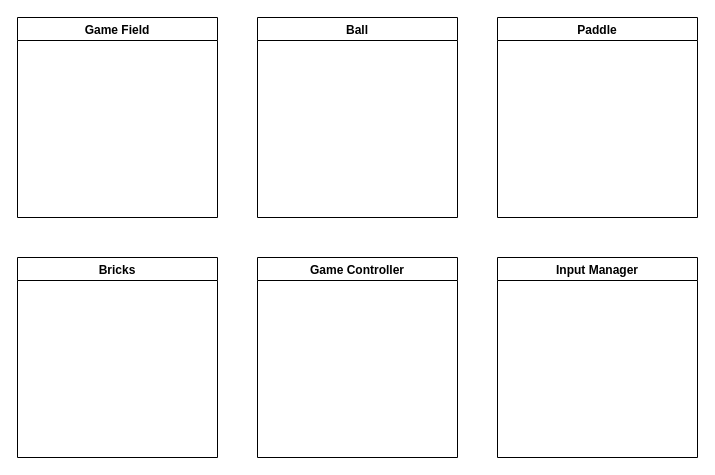
Before: Untitled Diagram.drawio in eylulonar/DrawioDiagram, a draw.io diagram. Source tidied: cells renumbered, new cells numbered last; positions are measured from the earlier drawing's top-left corner, leaving out a move shared by most shapes. Both pictures are drawn from the tidied source at 100%, with x=0, y=0 at pixel (17, 17).
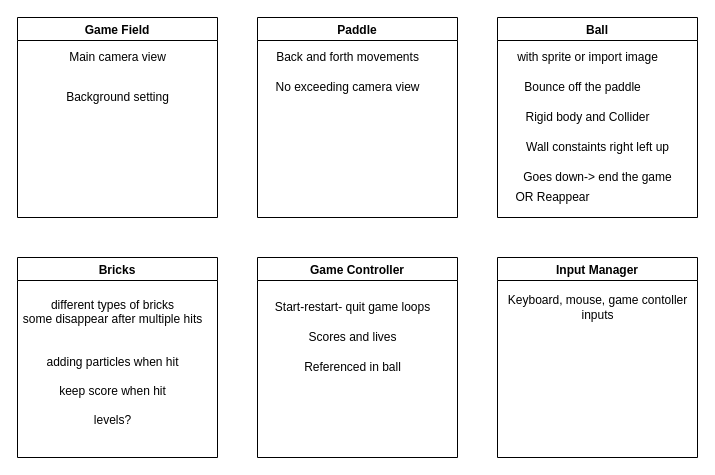
The same diagram, later.

Unchanged cells that the change refers to:
```xml
<mxCell id="2" value="Game Field" style="swimlane;" parent="1" vertex="1">
  <mxGeometry width="200" height="200" as="geometry" />
</mxCell>
<mxCell id="3" value="Input Manager" style="swimlane;" parent="1" vertex="1">
  <mxGeometry x="480" y="240" width="200" height="200" as="geometry" />
</mxCell>
<mxCell id="4" value="Bricks" style="swimlane;" parent="1" vertex="1">
  <mxGeometry y="240" width="200" height="200" as="geometry" />
</mxCell>
```

Change to the diagram source:
```diff
@@
+    <mxCell id="8" value="Main camera view" style="text;html=1;align=center;verticalAlign=middle;strokeColor=none;" parent="2" vertex="1">
+      <mxGeometry x="45" y="30" width="110" height="20" as="geometry" />
+    </mxCell>
@@
+    <mxCell id="9" value="Keyboard, mouse, game contoller&lt;br&gt;inputs" style="text;html=1;align=center;verticalAlign=middle;strokeColor=none;" parent="3" vertex="1">
+      <mxGeometry x="5" y="35" width="190" height="30" as="geometry" />
+    </mxCell>
@@
+    <mxCell id="10" value="different types of bricks&lt;br&gt;some disappear after multiple hits&lt;br&gt;&lt;br&gt;&lt;br&gt;adding particles when hit&lt;br&gt;&lt;br&gt;keep score when hit&lt;br&gt;&lt;br&gt;levels?" style="text;html=1;align=center;verticalAlign=middle;strokeColor=none;" parent="4" vertex="1">
+      <mxGeometry y="40" width="190" height="130" as="geometry" />
+    </mxCell>
@@
-    <mxCell id="6" value="Paddle" style="swimlane;" parent="1" vertex="1">
+    <mxCell id="6" value="Ball" style="swimlane;" parent="1" vertex="1">
       <mxGeometry x="480" width="200" height="200" as="geometry" />
     </mxCell>
+    <mxCell id="11" value="Bounce off the paddle" style="text;html=1;align=center;verticalAlign=middle;strokeColor=none;" parent="6" vertex="1">
+      <mxGeometry x="20" y="60" width="130" height="20" as="geometry" />
+    </mxCell>
+    <mxCell id="12" value="Wall constaints right left up" style="text;html=1;align=center;verticalAlign=middle;strokeColor=none;" parent="6" vertex="1">
+      <mxGeometry x="20" y="120" width="160" height="20" as="geometry" />
+    </mxCell>
-    <mxCell id="7" value="Ball" style="swimlane;" parent="1" vertex="1">
+    <mxCell id="7" value="Paddle" style="swimlane;" parent="1" vertex="1">
       <mxGeometry x="240" width="200" height="200" as="geometry" />
     </mxCell>
+    <mxCell id="13" value="Background setting" style="text;html=1;align=center;verticalAlign=middle;strokeColor=none;" parent="1" vertex="1">
+      <mxGeometry x="40" y="70" width="120" height="20" as="geometry" />
+    </mxCell>
+    <mxCell id="14" value="with sprite or import image" style="text;html=1;align=center;verticalAlign=middle;strokeColor=none;" parent="1" vertex="1">
+      <mxGeometry x="490" y="30" width="160" height="20" as="geometry" />
+    </mxCell>
+    <mxCell id="15" value="Back and forth movements" style="text;html=1;align=center;verticalAlign=middle;strokeColor=none;" parent="1" vertex="1">
+      <mxGeometry x="250" y="30" width="160" height="20" as="geometry" />
+    </mxCell>
+    <mxCell id="16" value="No exceeding camera view" style="text;html=1;align=center;verticalAlign=middle;strokeColor=none;" parent="1" vertex="1">
+      <mxGeometry x="250" y="60" width="160" height="20" as="geometry" />
+    </mxCell>
+    <mxCell id="17" value="Rigid body and Collider" style="text;html=1;align=center;verticalAlign=middle;strokeColor=none;" parent="1" vertex="1">
+      <mxGeometry x="500" y="90" width="140" height="20" as="geometry" />
+    </mxCell>
+    <mxCell id="18" value="Goes down-&amp;gt; end the game" style="text;html=1;align=center;verticalAlign=middle;strokeColor=none;" parent="1" vertex="1">
+      <mxGeometry x="500" y="150" width="160" height="20" as="geometry" />
+    </mxCell>
+    <mxCell id="19" value="Start-restart- quit game loops" style="text;html=1;align=center;verticalAlign=middle;strokeColor=none;" parent="1" vertex="1">
+      <mxGeometry x="250" y="280" width="170" height="20" as="geometry" />
+    </mxCell>
+    <mxCell id="20" value="Scores and lives" style="text;html=1;align=center;verticalAlign=middle;strokeColor=none;" parent="1" vertex="1">
+      <mxGeometry x="285" y="310" width="100" height="20" as="geometry" />
+    </mxCell>
+    <mxCell id="21" value="OR Reappear" style="text;html=1;align=center;verticalAlign=middle;strokeColor=none;" parent="1" vertex="1">
+      <mxGeometry x="490" y="170" width="90" height="20" as="geometry" />
+    </mxCell>
+    <mxCell id="22" value="Referenced in ball" style="text;html=1;align=center;verticalAlign=middle;strokeColor=none;" parent="1" vertex="1">
+      <mxGeometry x="280" y="340" width="110" height="20" as="geometry" />
+    </mxCell>
+    <mxCell id="23" style="text;html=1;align=center;verticalAlign=middle;strokeColor=none;" parent="1" vertex="1">
+      <mxGeometry x="510" y="280" width="20" height="20" as="geometry" />
+    </mxCell>
```
